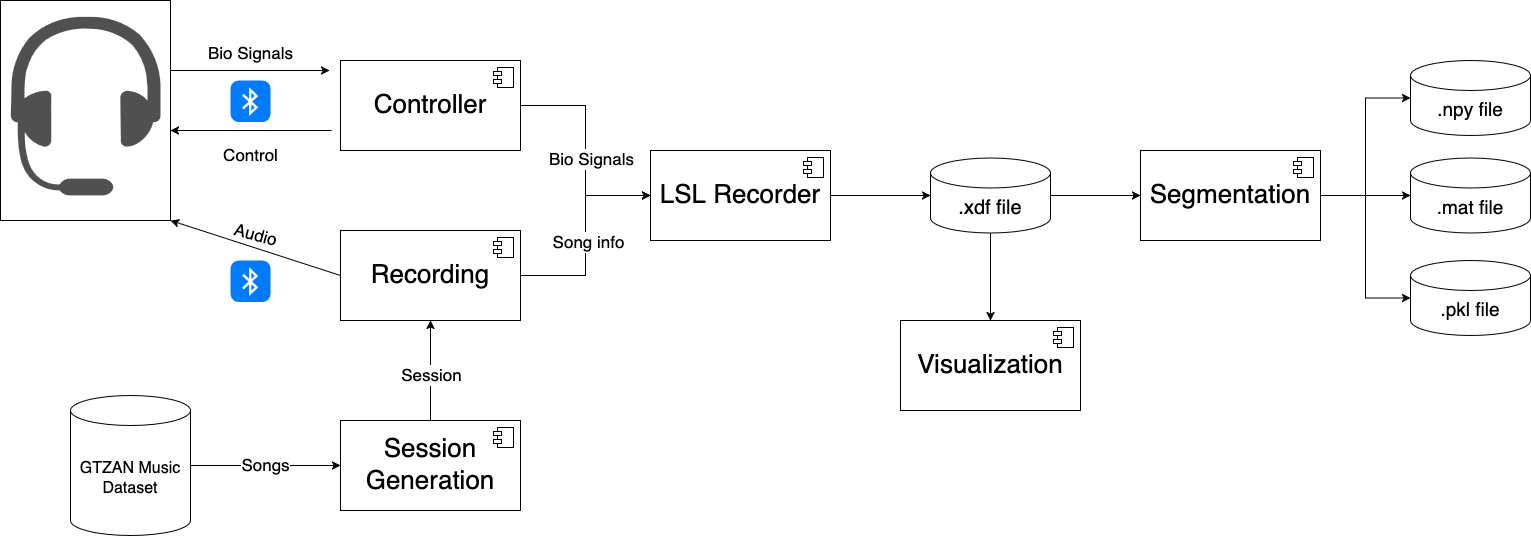
Earlier version of the draw.io export thesis/figures/chapter05/experimentalWorkflow.png (Lukas1305-red/bachelor-thesis-music-eeg-genre-classifier). Source tidied: cells renumbered, new cells last; positions are measured from the earlier drawing's top-left corner, leaving out a move shared by most shapes.
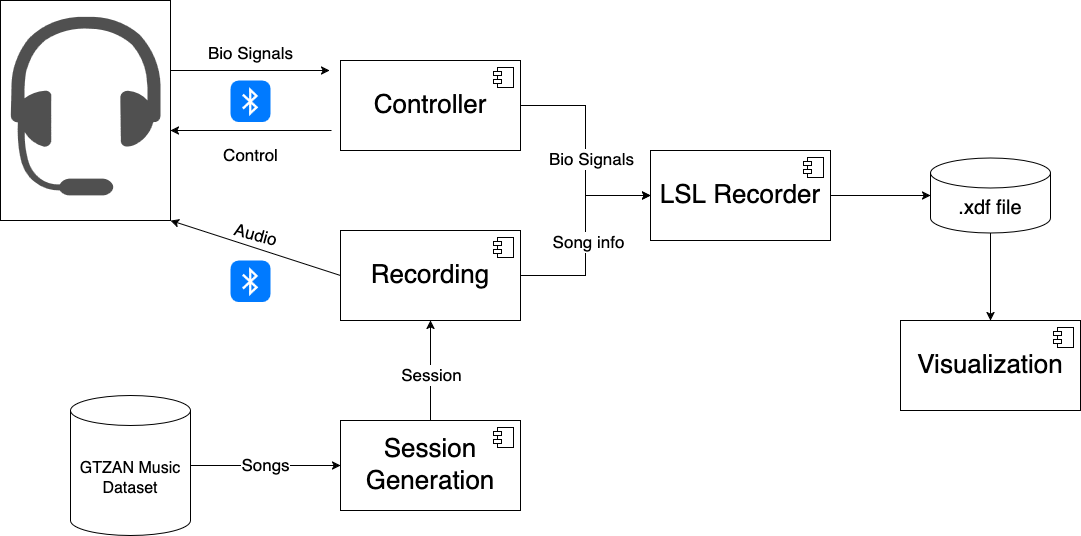
Later version of the same file.

The edit, as a diff of the source:
```diff
@@ -98,9 +98,6 @@
         <mxPoint x="-27" y="7" as="offset" />
       </mxGeometry>
     </mxCell>
-    <mxCell id="28" style="edgeStyle=orthogonalEdgeStyle;rounded=0;jettySize=auto;html=1;entryX=0;entryY=0.5;entryDx=0;entryDy=0;" parent="1" edge="1" source="30" target="32">
-      <mxGeometry relative="1" as="geometry" />
-    </mxCell>
     <mxCell id="29" style="edgeStyle=orthogonalEdgeStyle;rounded=0;jettySize=auto;html=1;entryX=0.5;entryY=0;entryDx=0;entryDy=0;" parent="1" edge="1" source="30" target="40">
       <mxGeometry relative="1" as="geometry" />
     </mxCell>
@@ -110,32 +107,6 @@
     <mxCell id="31" style="edgeStyle=orthogonalEdgeStyle;rounded=0;jettySize=auto;html=1;entryX=0;entryY=0.5;entryDx=0;entryDy=0;entryPerimeter=0;" parent="1" edge="1" source="26" target="30">
       <mxGeometry relative="1" as="geometry" />
     </mxCell>
-    <mxCell id="32" value="&lt;font style=&quot;font-size: 26px;&quot;&gt;Segmentation&lt;/font&gt;" style="html=1;whiteSpace=wrap;" parent="1" vertex="1">
-      <mxGeometry x="1140" y="150" width="180" height="90" as="geometry" />
-    </mxCell>
-    <mxCell id="33" style="shape=module;jettyWidth=8;jettyHeight=4;" parent="32" vertex="1">
-      <mxGeometry x="1" width="20" height="20" relative="1" as="geometry">
-        <mxPoint x="-27" y="7" as="offset" />
-      </mxGeometry>
-    </mxCell>
-    <mxCell id="34" value="&lt;font style=&quot;font-size: 19px;&quot;&gt;.&lt;font&gt;mat file&lt;/font&gt;&lt;/font&gt;" style="shape=cylinder3;whiteSpace=wrap;html=1;boundedLbl=1;backgroundOutline=1;size=15;" parent="1" vertex="1">
-      <mxGeometry x="1410" y="157.5" width="120" height="75" as="geometry" />
-    </mxCell>
-    <mxCell id="35" value="&lt;font style=&quot;font-size: 19px;&quot;&gt;.npy&lt;font&gt;&amp;nbsp;file&lt;/font&gt;&lt;/font&gt;" style="shape=cylinder3;whiteSpace=wrap;html=1;boundedLbl=1;backgroundOutline=1;size=15;" parent="1" vertex="1">
-      <mxGeometry x="1410" y="60" width="120" height="75" as="geometry" />
-    </mxCell>
-    <mxCell id="36" value="&lt;font style=&quot;font-size: 19px;&quot;&gt;.&lt;font&gt;pkl file&lt;/font&gt;&lt;/font&gt;" style="shape=cylinder3;whiteSpace=wrap;html=1;boundedLbl=1;backgroundOutline=1;size=15;" parent="1" vertex="1">
-      <mxGeometry x="1410" y="260" width="120" height="75" as="geometry" />
-    </mxCell>
-    <mxCell id="37" style="edgeStyle=orthogonalEdgeStyle;rounded=0;jettySize=auto;html=1;entryX=0;entryY=0.5;entryDx=0;entryDy=0;entryPerimeter=0;" parent="1" edge="1" source="32" target="35">
-      <mxGeometry relative="1" as="geometry" />
-    </mxCell>
-    <mxCell id="38" style="edgeStyle=orthogonalEdgeStyle;rounded=0;jettySize=auto;html=1;entryX=0;entryY=0.5;entryDx=0;entryDy=0;entryPerimeter=0;" parent="1" edge="1" source="32" target="34">
-      <mxGeometry relative="1" as="geometry" />
-    </mxCell>
-    <mxCell id="39" style="edgeStyle=orthogonalEdgeStyle;rounded=0;jettySize=auto;html=1;entryX=0;entryY=0.5;entryDx=0;entryDy=0;entryPerimeter=0;" parent="1" edge="1" source="32" target="36">
-      <mxGeometry relative="1" as="geometry" />
-    </mxCell>
     <mxCell id="40" value="&lt;font style=&quot;font-size: 26px;&quot;&gt;Visualization&lt;/font&gt;" style="html=1;whiteSpace=wrap;" parent="1" vertex="1">
       <mxGeometry x="900" y="320" width="180" height="90" as="geometry" />
     </mxCell>
```
